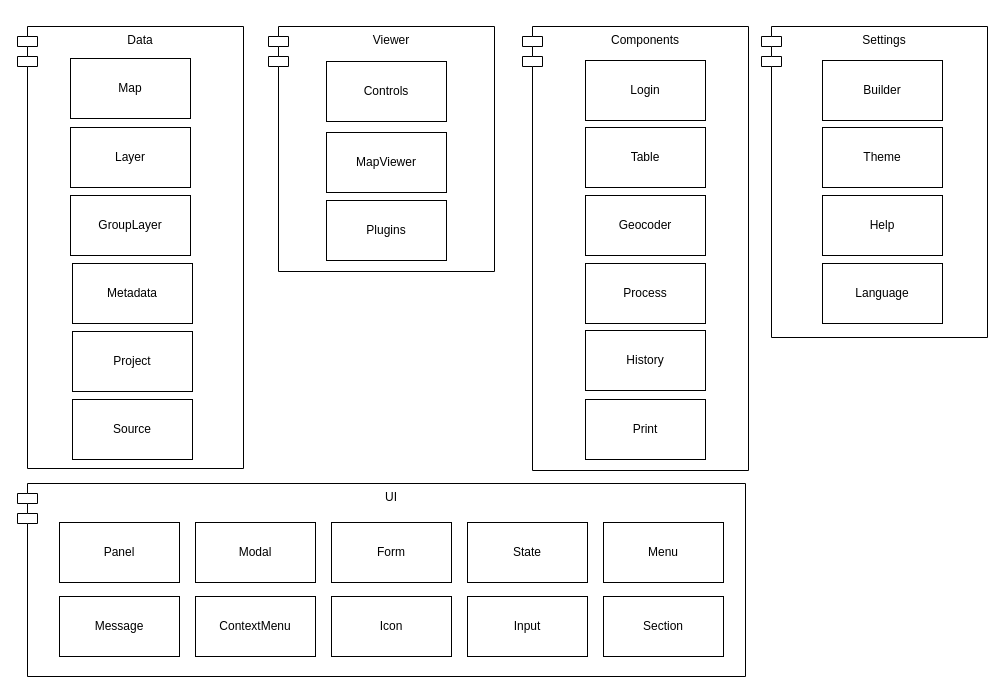
Above: page "Modules" (1 of 2) of src/docs/diagrams/App.drawio in ign-argentina/argenmap (draw.io), before the change. Source tidied: cells renumbered, new cells numbered last; positions are measured from the earlier drawing's top-left corner, leaving out a move shared by most shapes. Both pictures are drawn from the tidied source at 100%, with x=0, y=0 at pixel (17, 26).
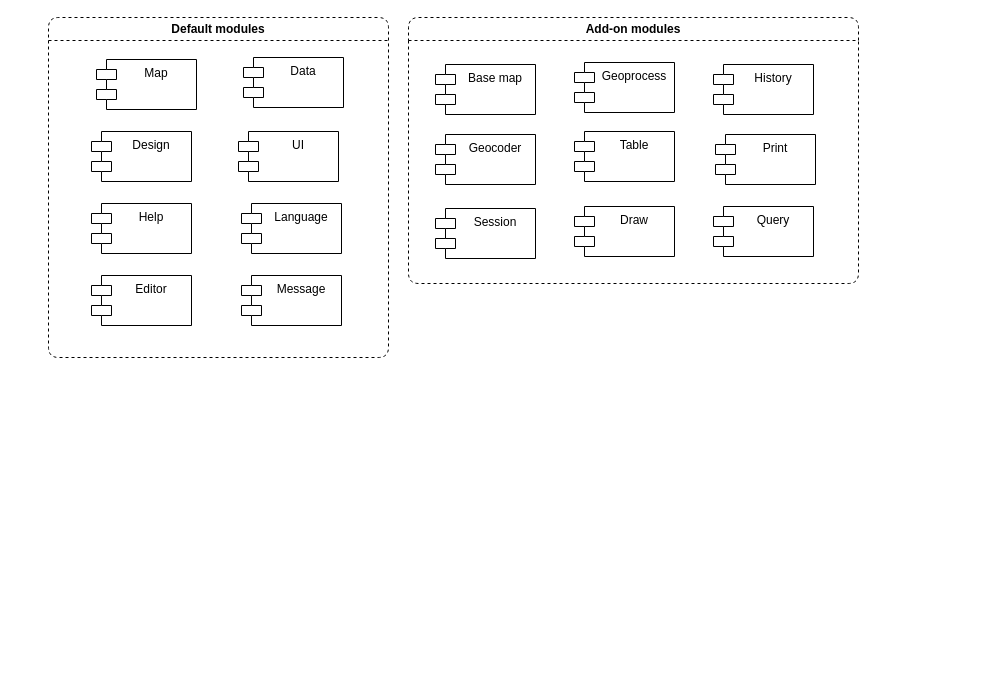
The same page after the edit.

The edit, as a diff of the source:
```diff
@@
+    <mxCell id="37" value="Default modules" style="swimlane;whiteSpace=wrap;html=1;startSize=23;rounded=1;dashed=1;comic=0;enumerate=0;movableLabel=0;backgroundOutline=0;fixDash=0;noLabel=0;" parent="1" vertex="1">
+      <mxGeometry x="31" y="-9" width="340" height="340" as="geometry" />
+    </mxCell>
+    <mxCell id="11" value="Map" style="shape=module;align=left;spacingLeft=20;align=center;verticalAlign=top;" parent="37" vertex="1">
+      <mxGeometry x="48" y="42" width="100" height="50" as="geometry" />
+    </mxCell>
+    <mxCell id="5" value="Data" style="shape=module;align=left;spacingLeft=20;align=center;verticalAlign=top;" parent="37" vertex="1">
+      <mxGeometry x="195" y="40" width="100" height="50" as="geometry" />
+    </mxCell>
+    <mxCell id="38" value="Design" style="shape=module;align=left;spacingLeft=20;align=center;verticalAlign=top;" parent="37" vertex="1">
+      <mxGeometry x="43" y="114" width="100" height="50" as="geometry" />
+    </mxCell>
-    <mxCell id="2" value="UI" style="shape=module;align=left;spacingLeft=20;align=center;verticalAlign=top;" parent="1" vertex="1">
-      <mxGeometry y="457" width="728" height="193" as="geometry" />
+    <mxCell id="2" value="UI" style="shape=module;align=left;spacingLeft=20;align=center;verticalAlign=top;" parent="37" vertex="1">
+      <mxGeometry x="190" y="114" width="100" height="50" as="geometry" />
     </mxCell>
-    <mxCell id="3" value="Settings" style="shape=module;align=left;spacingLeft=20;align=center;verticalAlign=top;" parent="1" vertex="1">
-      <mxGeometry x="744" width="226" height="311" as="geometry" />
-    </mxCell>
-    <mxCell id="4" value="Components" style="shape=module;align=left;spacingLeft=20;align=center;verticalAlign=top;" parent="1" vertex="1">
-      <mxGeometry x="505" width="226" height="444" as="geometry" />
-    </mxCell>
-    <mxCell id="5" value="Data" style="shape=module;align=left;spacingLeft=20;align=center;verticalAlign=top;" parent="1" vertex="1">
-      <mxGeometry width="226" height="442" as="geometry" />
-    </mxCell>
-    <mxCell id="6" value="Login" style="rounded=0;whiteSpace=wrap;html=1;" parent="1" vertex="1">
-      <mxGeometry x="568" y="34" width="120" height="60" as="geometry" />
-    </mxCell>
-    <mxCell id="7" value="Help" style="rounded=0;whiteSpace=wrap;html=1;" parent="1" vertex="1">
-      <mxGeometry x="805" y="169" width="120" height="60" as="geometry" />
+    <mxCell id="7" value="Help" style="shape=module;align=left;spacingLeft=20;align=center;verticalAlign=top;" parent="37" vertex="1">
+      <mxGeometry x="43" y="186" width="100" height="50" as="geometry" />
     </mxCell>
-    <mxCell id="8" value="Process" style="rounded=0;whiteSpace=wrap;html=1;" parent="1" vertex="1">
-      <mxGeometry x="568" y="237" width="120" height="60" as="geometry" />
-    </mxCell>
-    <mxCell id="9" value="Layer" style="rounded=0;whiteSpace=wrap;html=1;" parent="1" vertex="1">
-      <mxGeometry x="53" y="101" width="120" height="60" as="geometry" />
-    </mxCell>
-    <mxCell id="10" value="Menu" style="rounded=0;whiteSpace=wrap;html=1;" parent="1" vertex="1">
-      <mxGeometry x="586" y="496" width="120" height="60" as="geometry" />
-    </mxCell>
-    <mxCell id="11" value="Map" style="rounded=0;whiteSpace=wrap;html=1;" parent="1" vertex="1">
-      <mxGeometry x="53" y="32" width="120" height="60" as="geometry" />
-    </mxCell>
+    <mxCell id="21" value="Language" style="shape=module;align=left;spacingLeft=20;align=center;verticalAlign=top;" parent="37" vertex="1">
+      <mxGeometry x="193" y="186" width="100" height="50" as="geometry" />
+    </mxCell>
+    <mxCell id="39" value="Editor" style="shape=module;align=left;spacingLeft=20;align=center;verticalAlign=top;" parent="37" vertex="1">
+      <mxGeometry x="43" y="258" width="100" height="50" as="geometry" />
+    </mxCell>
+    <mxCell id="27" value="Message" style="shape=module;align=left;spacingLeft=20;align=center;verticalAlign=top;" parent="37" vertex="1">
+      <mxGeometry x="193" y="258" width="100" height="50" as="geometry" />
+    </mxCell>
+    <mxCell id="40" value="Add-on modules" style="swimlane;whiteSpace=wrap;html=1;rounded=1;glass=0;swimlaneLine=1;dashed=1;" parent="1" vertex="1">
+      <mxGeometry x="391" y="-9" width="450" height="266" as="geometry" />
+    </mxCell>
+    <mxCell id="41" value="Base map" style="shape=module;align=left;spacingLeft=20;align=center;verticalAlign=top;" parent="40" vertex="1">
+      <mxGeometry x="27" y="47" width="100" height="50" as="geometry" />
+    </mxCell>
+    <mxCell id="42" value="Geoprocess" style="shape=module;align=left;spacingLeft=20;align=center;verticalAlign=top;" parent="40" vertex="1">
+      <mxGeometry x="166" y="45" width="100" height="50" as="geometry" />
+    </mxCell>
+    <mxCell id="13" value="Geocoder" style="shape=module;align=left;spacingLeft=20;align=center;verticalAlign=top;" parent="40" vertex="1">
+      <mxGeometry x="27" y="117" width="100" height="50" as="geometry" />
+    </mxCell>
-    <mxCell id="12" value="Table" style="rounded=0;whiteSpace=wrap;html=1;" parent="1" vertex="1">
-      <mxGeometry x="568" y="101" width="120" height="60" as="geometry" />
+    <mxCell id="12" value="Table" style="shape=module;align=left;spacingLeft=20;align=center;verticalAlign=top;" parent="40" vertex="1">
+      <mxGeometry x="166" y="114" width="100" height="50" as="geometry" />
     </mxCell>
-    <mxCell id="13" value="Geocoder" style="rounded=0;whiteSpace=wrap;html=1;" parent="1" vertex="1">
-      <mxGeometry x="568" y="169" width="120" height="60" as="geometry" />
-    </mxCell>
+    <mxCell id="16" value="History" style="shape=module;align=left;spacingLeft=20;align=center;verticalAlign=top;" parent="40" vertex="1">
+      <mxGeometry x="305" y="47" width="100" height="50" as="geometry" />
+    </mxCell>
+    <mxCell id="43" value="Draw" style="shape=module;align=left;spacingLeft=20;align=center;verticalAlign=top;" parent="40" vertex="1">
+      <mxGeometry x="166" y="189" width="100" height="50" as="geometry" />
+    </mxCell>
-    <mxCell id="14" value="Print" style="rounded=0;whiteSpace=wrap;html=1;" parent="1" vertex="1">
-      <mxGeometry x="568" y="373" width="120" height="60" as="geometry" />
+    <mxCell id="14" value="Print" style="shape=module;align=left;spacingLeft=20;align=center;verticalAlign=top;" parent="40" vertex="1">
+      <mxGeometry x="307" y="117" width="100" height="50" as="geometry" />
     </mxCell>
-    <mxCell id="15" value="Project" style="rounded=0;whiteSpace=wrap;html=1;" parent="1" vertex="1">
-      <mxGeometry x="55" y="305" width="120" height="60" as="geometry" />
-    </mxCell>
-    <mxCell id="16" value="History" style="rounded=0;whiteSpace=wrap;html=1;" parent="1" vertex="1">
-      <mxGeometry x="568" y="304" width="120" height="60" as="geometry" />
-    </mxCell>
-    <mxCell id="17" value="Builder" style="rounded=0;whiteSpace=wrap;html=1;" parent="1" vertex="1">
-      <mxGeometry x="805" y="34" width="120" height="60" as="geometry" />
-    </mxCell>
-    <mxCell id="18" value="GroupLayer" style="rounded=0;whiteSpace=wrap;html=1;" parent="1" vertex="1">
-      <mxGeometry x="53" y="169" width="120" height="60" as="geometry" />
-    </mxCell>
-    <mxCell id="19" value="Section" style="rounded=0;whiteSpace=wrap;html=1;" parent="1" vertex="1">
-      <mxGeometry x="586" y="570" width="120" height="60" as="geometry" />
-    </mxCell>
-    <mxCell id="20" value="Metadata" style="rounded=0;whiteSpace=wrap;html=1;" parent="1" vertex="1">
-      <mxGeometry x="55" y="237" width="120" height="60" as="geometry" />
-    </mxCell>
-    <mxCell id="21" value="Language" style="rounded=0;whiteSpace=wrap;html=1;" parent="1" vertex="1">
-      <mxGeometry x="805" y="237" width="120" height="60" as="geometry" />
-    </mxCell>
-    <mxCell id="22" value="Theme" style="rounded=0;whiteSpace=wrap;html=1;" parent="1" vertex="1">
-      <mxGeometry x="805" y="101" width="120" height="60" as="geometry" />
-    </mxCell>
-    <mxCell id="23" value="State" style="rounded=0;whiteSpace=wrap;html=1;" parent="1" vertex="1">
-      <mxGeometry x="450" y="496" width="120" height="60" as="geometry" />
-    </mxCell>
-    <mxCell id="24" value="Panel" style="rounded=0;whiteSpace=wrap;html=1;" parent="1" vertex="1">
-      <mxGeometry x="42" y="496" width="120" height="60" as="geometry" />
-    </mxCell>
-    <mxCell id="25" value="Modal" style="rounded=0;whiteSpace=wrap;html=1;" parent="1" vertex="1">
-      <mxGeometry x="178" y="496" width="120" height="60" as="geometry" />
-    </mxCell>
-    <mxCell id="26" value="Form" style="rounded=0;whiteSpace=wrap;html=1;" parent="1" vertex="1">
-      <mxGeometry x="314" y="496" width="120" height="60" as="geometry" />
-    </mxCell>
-    <mxCell id="27" value="Message" style="rounded=0;whiteSpace=wrap;html=1;" parent="1" vertex="1">
-      <mxGeometry x="42" y="570" width="120" height="60" as="geometry" />
-    </mxCell>
-    <mxCell id="28" value="ContextMenu" style="rounded=0;whiteSpace=wrap;html=1;" parent="1" vertex="1">
-      <mxGeometry x="178" y="570" width="120" height="60" as="geometry" />
-    </mxCell>
-    <mxCell id="29" value="Icon" style="rounded=0;whiteSpace=wrap;html=1;" parent="1" vertex="1">
-      <mxGeometry x="314" y="570" width="120" height="60" as="geometry" />
-    </mxCell>
-    <mxCell id="30" value="Input" style="rounded=0;whiteSpace=wrap;html=1;" parent="1" vertex="1">
-      <mxGeometry x="450" y="570" width="120" height="60" as="geometry" />
-    </mxCell>
-    <mxCell id="31" style="group;" parent="1" vertex="1">
-      <mxGeometry x="251" width="226" height="245" as="geometry" />
-    </mxCell>
-    <mxCell id="32" value="Viewer" style="shape=module;align=left;spacingLeft=20;align=center;verticalAlign=top;" parent="31" vertex="1">
-      <mxGeometry width="226" height="245" as="geometry" />
-    </mxCell>
-    <mxCell id="33" value="Controls" style="rounded=0;whiteSpace=wrap;html=1;" parent="31" vertex="1">
-      <mxGeometry x="58" y="35" width="120" height="60" as="geometry" />
-    </mxCell>
-    <mxCell id="34" value="MapViewer" style="rounded=0;whiteSpace=wrap;html=1;" parent="31" vertex="1">
-      <mxGeometry x="58" y="106" width="120" height="60" as="geometry" />
-    </mxCell>
-    <mxCell id="35" value="Plugins" style="rounded=0;whiteSpace=wrap;html=1;" parent="31" vertex="1">
-      <mxGeometry x="58" y="174" width="120" height="60" as="geometry" />
-    </mxCell>
-    <mxCell id="36" value="Source" style="rounded=0;whiteSpace=wrap;html=1;" parent="1" vertex="1">
-      <mxGeometry x="55" y="373" width="120" height="60" as="geometry" />
-    </mxCell>
+    <mxCell id="44" value="Query" style="shape=module;align=left;spacingLeft=20;align=center;verticalAlign=top;" parent="40" vertex="1">
+      <mxGeometry x="305" y="189" width="100" height="50" as="geometry" />
+    </mxCell>
+    <mxCell id="45" value="Session" style="shape=module;align=left;spacingLeft=20;align=center;verticalAlign=top;" parent="40" vertex="1">
+      <mxGeometry x="27" y="191" width="100" height="50" as="geometry" />
+    </mxCell>
```
